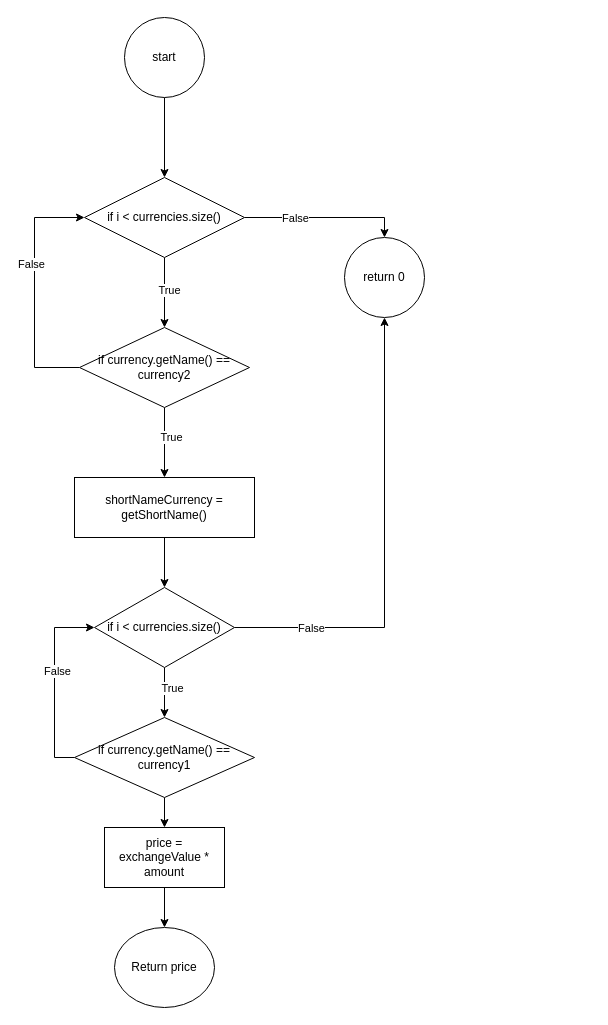
This is MainWindowConvert.drawio from 3nabla3/TP4_3913, a draw.io file, before an edit. Source tidied: cells renumbered, new cells numbered last; positions are measured from the earlier drawing's top-left corner, leaving out a move shared by most shapes. Both pictures are drawn from the tidied source at 100%, with x=0, y=0 at pixel (34, 17).
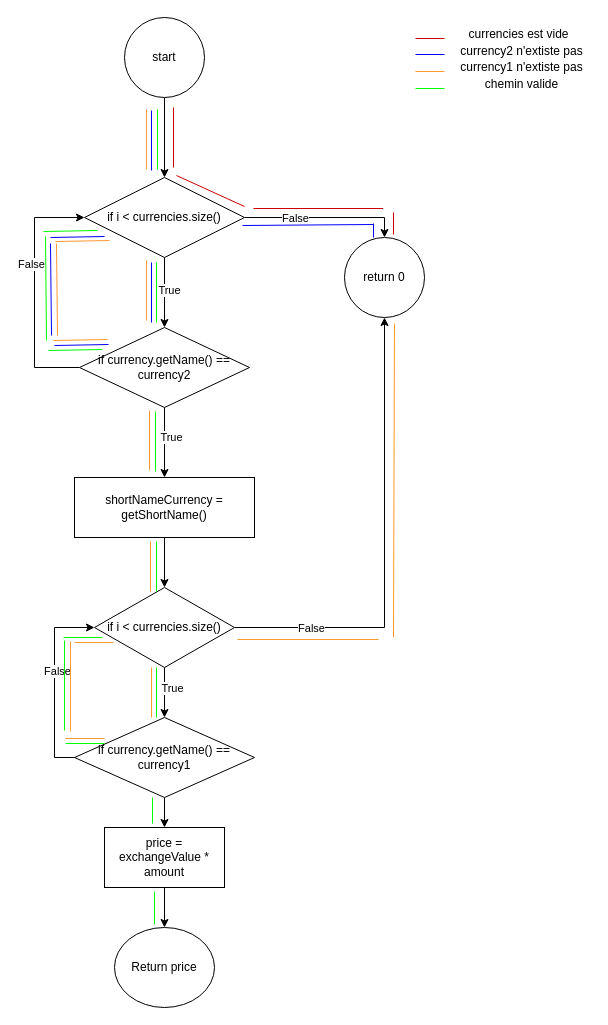
The same diagram, later.

Commit message (it also covers changes not shown here):
draw io paths

What changed in the source:
```diff
@@
+    <mxCell id="29" style="endArrow=none;html=1;rounded=0;fillColor=#FF0000;strokeColor=#CC0000;" parent="1" edge="1">
+      <mxGeometry relative="1" as="geometry">
+        <mxPoint x="139" y="150" as="sourcePoint" />
+        <mxPoint x="139" y="90" as="targetPoint" />
+      </mxGeometry>
+    </mxCell>
+    <mxCell id="30" style="endArrow=none;html=1;rounded=0;fillColor=#FF0000;strokeColor=#CC0000;" parent="1" edge="1">
+      <mxGeometry relative="1" as="geometry">
+        <mxPoint x="348.6" y="191" as="sourcePoint" />
+        <mxPoint x="219" y="191" as="targetPoint" />
+      </mxGeometry>
+    </mxCell>
+    <mxCell id="31" style="endArrow=none;html=1;rounded=0;fillColor=#FF0000;strokeColor=#CC0000;" parent="1" edge="1">
+      <mxGeometry relative="1" as="geometry">
+        <mxPoint x="210" y="189" as="sourcePoint" />
+        <mxPoint x="142" y="158" as="targetPoint" />
+      </mxGeometry>
+    </mxCell>
+    <mxCell id="32" style="endArrow=none;html=1;rounded=0;fillColor=#FF0000;strokeColor=#FF9933;" parent="1" edge="1">
+      <mxGeometry relative="1" as="geometry">
+        <mxPoint x="112" y="152" as="sourcePoint" />
+        <mxPoint x="112" y="92" as="targetPoint" />
+      </mxGeometry>
+    </mxCell>
+    <mxCell id="33" style="endArrow=none;html=1;rounded=0;fillColor=#FF0000;strokeColor=#FF9933;" parent="1" edge="1">
+      <mxGeometry relative="1" as="geometry">
+        <mxPoint x="112" y="303" as="sourcePoint" />
+        <mxPoint x="112" y="243" as="targetPoint" />
+      </mxGeometry>
+    </mxCell>
+    <mxCell id="34" style="endArrow=none;html=1;rounded=0;fillColor=#FF0000;strokeColor=#00FF00;" parent="1" edge="1">
+      <mxGeometry relative="1" as="geometry">
+        <mxPoint x="68" y="332" as="sourcePoint" />
+        <mxPoint x="14" y="333" as="targetPoint" />
+      </mxGeometry>
+    </mxCell>
+    <mxCell id="35" style="endArrow=none;html=1;rounded=0;fillColor=#FF0000;strokeColor=#00FF00;" parent="1" edge="1">
+      <mxGeometry relative="1" as="geometry">
+        <mxPoint x="12" y="323" as="sourcePoint" />
+        <mxPoint x="11" y="219" as="targetPoint" />
+      </mxGeometry>
+    </mxCell>
+    <mxCell id="36" style="endArrow=none;html=1;rounded=0;fillColor=#FF0000;strokeColor=#00FF00;" parent="1" edge="1">
+      <mxGeometry relative="1" as="geometry">
+        <mxPoint x="63" y="213" as="sourcePoint" />
+        <mxPoint x="9" y="214" as="targetPoint" />
+      </mxGeometry>
+    </mxCell>
+    <mxCell id="37" style="endArrow=none;html=1;rounded=0;fillColor=#FF0000;strokeColor=#FF9933;" parent="1" edge="1">
+      <mxGeometry relative="1" as="geometry">
+        <mxPoint x="115" y="453" as="sourcePoint" />
+        <mxPoint x="115" y="393" as="targetPoint" />
+      </mxGeometry>
+    </mxCell>
+    <mxCell id="38" style="endArrow=none;html=1;rounded=0;fillColor=#FF0000;strokeColor=#FF9933;" parent="1" edge="1">
+      <mxGeometry relative="1" as="geometry">
+        <mxPoint x="116" y="574" as="sourcePoint" />
+        <mxPoint x="116" y="524" as="targetPoint" />
+      </mxGeometry>
+    </mxCell>
+    <mxCell id="39" style="endArrow=none;html=1;rounded=0;fillColor=#FF0000;strokeColor=#FF9933;" parent="1" edge="1">
+      <mxGeometry relative="1" as="geometry">
+        <mxPoint x="117" y="700" as="sourcePoint" />
+        <mxPoint x="117" y="650" as="targetPoint" />
+      </mxGeometry>
+    </mxCell>
+    <mxCell id="40" style="endArrow=none;html=1;rounded=0;fillColor=#FF0000;strokeColor=#FF9933;" parent="1" edge="1">
+      <mxGeometry relative="1" as="geometry">
+        <mxPoint x="70" y="721" as="sourcePoint" />
+        <mxPoint x="31" y="721" as="targetPoint" />
+      </mxGeometry>
+    </mxCell>
+    <mxCell id="41" style="endArrow=none;html=1;rounded=0;fillColor=#FF0000;strokeColor=#00FF00;" parent="1" edge="1">
+      <mxGeometry relative="1" as="geometry">
+        <mxPoint x="30" y="713" as="sourcePoint" />
+        <mxPoint x="30" y="623" as="targetPoint" />
+      </mxGeometry>
+    </mxCell>
+    <mxCell id="42" style="endArrow=none;html=1;rounded=0;fillColor=#FF0000;strokeColor=#00FF00;" parent="1" edge="1">
+      <mxGeometry relative="1" as="geometry">
+        <mxPoint x="68" y="620" as="sourcePoint" />
+        <mxPoint x="29" y="620" as="targetPoint" />
+      </mxGeometry>
+    </mxCell>
+    <mxCell id="43" style="endArrow=none;html=1;rounded=0;fillColor=#FF0000;strokeColor=#FF9933;" parent="1" edge="1">
+      <mxGeometry relative="1" as="geometry">
+        <mxPoint x="344" y="622" as="sourcePoint" />
+        <mxPoint x="203" y="622" as="targetPoint" />
+      </mxGeometry>
+    </mxCell>
+    <mxCell id="44" style="endArrow=none;html=1;rounded=0;fillColor=#FF0000;strokeColor=#FF9933;" parent="1" edge="1">
+      <mxGeometry relative="1" as="geometry">
+        <mxPoint x="359" y="620" as="sourcePoint" />
+        <mxPoint x="360" y="306" as="targetPoint" />
+      </mxGeometry>
+    </mxCell>
+    <mxCell id="45" style="endArrow=none;html=1;rounded=0;fillColor=#FF0000;strokeColor=#CC0000;" parent="1" edge="1">
+      <mxGeometry relative="1" as="geometry">
+        <mxPoint x="359" y="217" as="sourcePoint" />
+        <mxPoint x="359" y="195" as="targetPoint" />
+      </mxGeometry>
+    </mxCell>
+    <mxCell id="46" style="endArrow=none;html=1;rounded=0;fillColor=#FF0000;strokeColor=#00FF00;" parent="1" edge="1">
+      <mxGeometry relative="1" as="geometry">
+        <mxPoint x="123" y="152" as="sourcePoint" />
+        <mxPoint x="123" y="92" as="targetPoint" />
+      </mxGeometry>
+    </mxCell>
+    <mxCell id="47" style="endArrow=none;html=1;rounded=0;fillColor=#FF0000;strokeColor=#00FF00;" parent="1" edge="1">
+      <mxGeometry relative="1" as="geometry">
+        <mxPoint x="122" y="305" as="sourcePoint" />
+        <mxPoint x="122" y="245" as="targetPoint" />
+      </mxGeometry>
+    </mxCell>
+    <mxCell id="48" style="endArrow=none;html=1;rounded=0;fillColor=#FF0000;strokeColor=#FF9933;" parent="1" edge="1">
+      <mxGeometry relative="1" as="geometry">
+        <mxPoint x="73" y="322" as="sourcePoint" />
+        <mxPoint x="19" y="323" as="targetPoint" />
+      </mxGeometry>
+    </mxCell>
+    <mxCell id="49" style="endArrow=none;html=1;rounded=0;fillColor=#FF0000;strokeColor=#FF9933;" parent="1" edge="1">
+      <mxGeometry relative="1" as="geometry">
+        <mxPoint x="23" y="318" as="sourcePoint" />
+        <mxPoint x="22" y="226" as="targetPoint" />
+      </mxGeometry>
+    </mxCell>
+    <mxCell id="50" style="endArrow=none;html=1;rounded=0;fillColor=#FF0000;strokeColor=#FF9933;" parent="1" edge="1">
+      <mxGeometry relative="1" as="geometry">
+        <mxPoint x="75" y="223" as="sourcePoint" />
+        <mxPoint x="21" y="224" as="targetPoint" />
+      </mxGeometry>
+    </mxCell>
+    <mxCell id="51" style="endArrow=none;html=1;rounded=0;fillColor=#FF0000;strokeColor=#00FF00;" parent="1" edge="1">
+      <mxGeometry relative="1" as="geometry">
+        <mxPoint x="121" y="454" as="sourcePoint" />
+        <mxPoint x="121" y="394" as="targetPoint" />
+      </mxGeometry>
+    </mxCell>
+    <mxCell id="52" style="endArrow=none;html=1;rounded=0;fillColor=#FF0000;strokeColor=#00FF00;" parent="1" edge="1">
+      <mxGeometry relative="1" as="geometry">
+        <mxPoint x="122" y="574" as="sourcePoint" />
+        <mxPoint x="122" y="524" as="targetPoint" />
+      </mxGeometry>
+    </mxCell>
+    <mxCell id="53" style="endArrow=none;html=1;rounded=0;fillColor=#FF0000;strokeColor=#00FF00;" parent="1" edge="1">
+      <mxGeometry relative="1" as="geometry">
+        <mxPoint x="122" y="700" as="sourcePoint" />
+        <mxPoint x="122" y="650" as="targetPoint" />
+      </mxGeometry>
+    </mxCell>
+    <mxCell id="54" style="endArrow=none;html=1;rounded=0;fillColor=#FF0000;strokeColor=#FF9933;" parent="1" edge="1">
+      <mxGeometry relative="1" as="geometry">
+        <mxPoint x="36" y="714" as="sourcePoint" />
+        <mxPoint x="36" y="624" as="targetPoint" />
+      </mxGeometry>
+    </mxCell>
+    <mxCell id="55" style="endArrow=none;html=1;rounded=0;fillColor=#FF0000;strokeColor=#FF9933;" parent="1" edge="1">
+      <mxGeometry relative="1" as="geometry">
+        <mxPoint x="79" y="625" as="sourcePoint" />
+        <mxPoint x="40" y="625" as="targetPoint" />
+      </mxGeometry>
+    </mxCell>
+    <mxCell id="56" style="endArrow=none;html=1;rounded=0;fillColor=#FF0000;strokeColor=#00FF00;" parent="1" edge="1">
+      <mxGeometry relative="1" as="geometry">
+        <mxPoint x="70" y="726" as="sourcePoint" />
+        <mxPoint x="31" y="726" as="targetPoint" />
+      </mxGeometry>
+    </mxCell>
+    <mxCell id="57" style="endArrow=none;html=1;rounded=0;fillColor=#FF0000;strokeColor=#00FF00;" parent="1" edge="1">
+      <mxGeometry relative="1" as="geometry">
+        <mxPoint x="118" y="806" as="sourcePoint" />
+        <mxPoint x="118" y="780" as="targetPoint" />
+      </mxGeometry>
+    </mxCell>
+    <mxCell id="58" style="endArrow=none;html=1;rounded=0;fillColor=#FF0000;strokeColor=#00FF00;" parent="1" edge="1">
+      <mxGeometry relative="1" as="geometry">
+        <mxPoint x="120" y="907" as="sourcePoint" />
+        <mxPoint x="120" y="874" as="targetPoint" />
+      </mxGeometry>
+    </mxCell>
+    <mxCell id="59" style="endArrow=none;html=1;rounded=0;fillColor=#FF0000;strokeColor=#0000FF;" parent="1" edge="1">
+      <mxGeometry relative="1" as="geometry">
+        <mxPoint x="117" y="153" as="sourcePoint" />
+        <mxPoint x="117" y="93" as="targetPoint" />
+      </mxGeometry>
+    </mxCell>
+    <mxCell id="60" style="endArrow=none;html=1;rounded=0;fillColor=#FF0000;strokeColor=#0000FF;" parent="1" edge="1">
+      <mxGeometry relative="1" as="geometry">
+        <mxPoint x="117" y="305" as="sourcePoint" />
+        <mxPoint x="117" y="245" as="targetPoint" />
+      </mxGeometry>
+    </mxCell>
+    <mxCell id="61" style="endArrow=none;html=1;rounded=0;fillColor=#FF0000;strokeColor=#0000FF;" parent="1" edge="1">
+      <mxGeometry relative="1" as="geometry">
+        <mxPoint x="74" y="327" as="sourcePoint" />
+        <mxPoint x="20" y="328" as="targetPoint" />
+      </mxGeometry>
+    </mxCell>
+    <mxCell id="62" style="endArrow=none;html=1;rounded=0;fillColor=#FF0000;strokeColor=#0000FF;" parent="1" edge="1">
+      <mxGeometry relative="1" as="geometry">
+        <mxPoint x="17" y="318" as="sourcePoint" />
+        <mxPoint x="16" y="226" as="targetPoint" />
+      </mxGeometry>
+    </mxCell>
+    <mxCell id="63" style="endArrow=none;html=1;rounded=0;fillColor=#FF0000;strokeColor=#0000FF;" parent="1" edge="1">
+      <mxGeometry relative="1" as="geometry">
+        <mxPoint x="70" y="219" as="sourcePoint" />
+        <mxPoint x="16" y="220" as="targetPoint" />
+      </mxGeometry>
+    </mxCell>
+    <mxCell id="64" style="endArrow=none;html=1;rounded=0;fillColor=#FF0000;strokeColor=#0000FF;" parent="1" edge="1">
+      <mxGeometry relative="1" as="geometry">
+        <mxPoint x="339" y="207" as="sourcePoint" />
+        <mxPoint x="208" y="208" as="targetPoint" />
+      </mxGeometry>
+    </mxCell>
+    <mxCell id="65" style="endArrow=none;html=1;rounded=0;fillColor=#FF0000;strokeColor=#0000FF;" parent="1" edge="1">
+      <mxGeometry relative="1" as="geometry">
+        <mxPoint x="339" y="220" as="sourcePoint" />
+        <mxPoint x="339" y="206" as="targetPoint" />
+      </mxGeometry>
+    </mxCell>
+    <mxCell id="66" style="endArrow=none;html=1;rounded=0;fillColor=#FF0000;strokeColor=#CC0000;" parent="1" edge="1">
+      <mxGeometry relative="1" as="geometry">
+        <mxPoint x="410" y="21" as="sourcePoint" />
+        <mxPoint x="381" y="21" as="targetPoint" />
+      </mxGeometry>
+    </mxCell>
+    <mxCell id="67" style="endArrow=none;html=1;rounded=0;fillColor=#FF0000;strokeColor=#0000FF;" parent="1" edge="1">
+      <mxGeometry relative="1" as="geometry">
+        <mxPoint x="410" y="37" as="sourcePoint" />
+        <mxPoint x="381" y="37" as="targetPoint" />
+      </mxGeometry>
+    </mxCell>
+    <mxCell id="68" style="endArrow=none;html=1;rounded=0;fillColor=#FF0000;strokeColor=#FF9933;" parent="1" edge="1">
+      <mxGeometry relative="1" as="geometry">
+        <mxPoint x="410" y="54" as="sourcePoint" />
+        <mxPoint x="381" y="54" as="targetPoint" />
+      </mxGeometry>
+    </mxCell>
+    <mxCell id="69" style="endArrow=none;html=1;rounded=0;fillColor=#FF0000;strokeColor=#00FF00;" parent="1" edge="1">
+      <mxGeometry relative="1" as="geometry">
+        <mxPoint x="410" y="71" as="sourcePoint" />
+        <mxPoint x="381" y="71" as="targetPoint" />
+      </mxGeometry>
+    </mxCell>
+    <mxCell id="70" value="currencies est vide" style="text;html=1;align=center;verticalAlign=middle;strokeColor=none;fillColor=none;" parent="1" vertex="1">
+      <mxGeometry x="425" y="4" width="118" height="26" as="geometry" />
+    </mxCell>
+    <mxCell id="71" value="currency2 n'extiste pas" style="text;html=1;align=center;verticalAlign=middle;strokeColor=none;fillColor=none;" parent="1" vertex="1">
+      <mxGeometry x="417" y="21" width="140" height="26" as="geometry" />
+    </mxCell>
+    <mxCell id="72" value="currency1 n'extiste pas" style="text;html=1;align=center;verticalAlign=middle;strokeColor=none;fillColor=none;" parent="1" vertex="1">
+      <mxGeometry x="417" y="37" width="140" height="26" as="geometry" />
+    </mxCell>
+    <mxCell id="73" value="chemin valide" style="text;html=1;align=center;verticalAlign=middle;strokeColor=none;fillColor=none;" parent="1" vertex="1">
+      <mxGeometry x="441.5" y="54" width="91" height="26" as="geometry" />
+    </mxCell>
```
